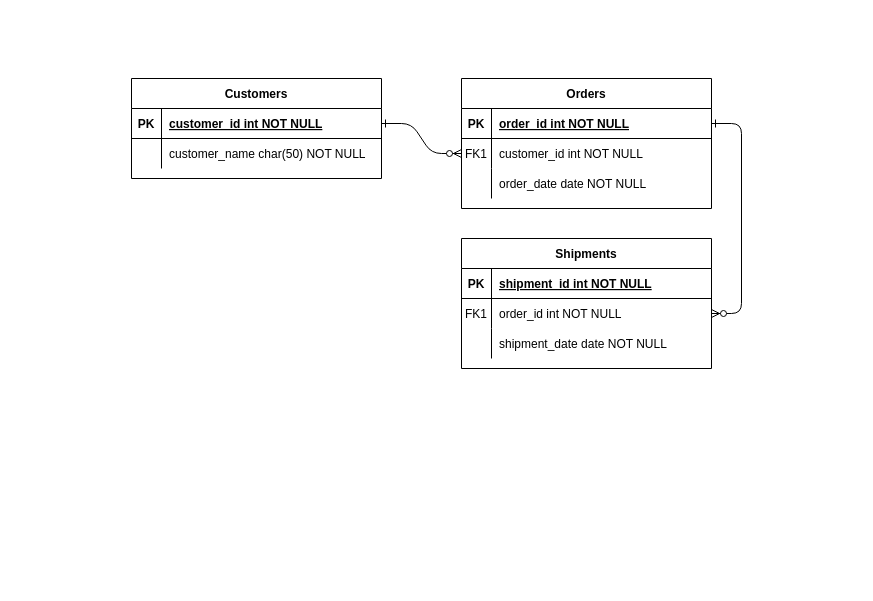
This is ENTITY RELATIONAL DIAGRAM.drawio from i-ninte/SQL_with_BiQquery, a draw.io file, before an edit. Source tidied: cells renumbered, new cells numbered last; positions are measured from the earlier drawing's top-left corner, leaving out a move shared by most shapes. Both pictures are drawn from the tidied source at 100%, with x=0, y=0 at pixel (131, 78).
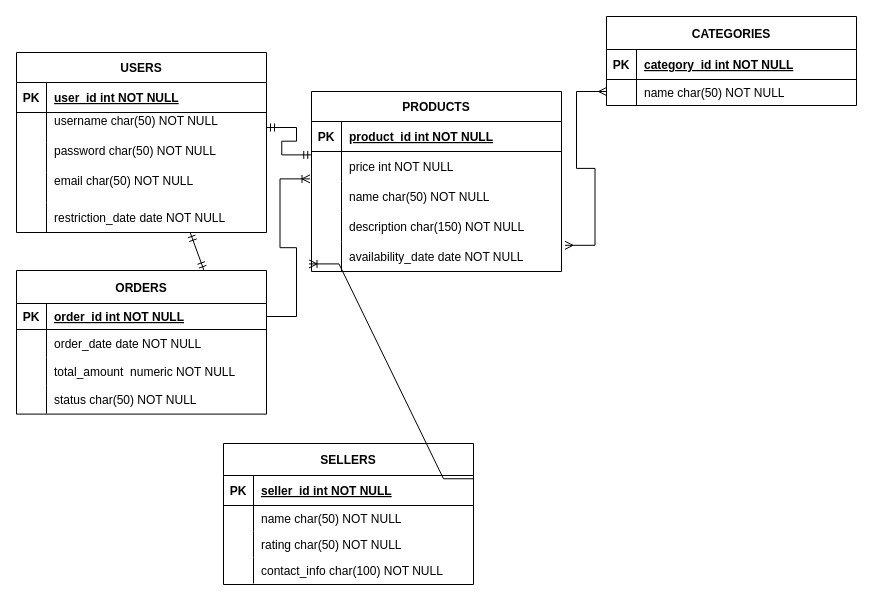
The same page after the edit.

The change refers to these unchanged cells:
```xml
<mxCell id="5" style="shape=partialRectangle;fillColor=none;points=[[0,0.5],[1,0.5]];portConstraint=eastwest;top=0;left=0;right=0;bottom=1;" parent="4" vertex="1">
  <mxGeometry y="30" width="250" height="30" as="geometry" />
</mxCell>
<mxCell id="8" style="shape=partialRectangle;fillColor=none;points=[[0,0.5],[1,0.5]];portConstraint=eastwest;top=0;left=0;right=0;bottom=0;" parent="4" vertex="1">
  <mxGeometry y="60" width="250" height="30" as="geometry" />
</mxCell>
<mxCell id="11" style="shape=partialRectangle;fillColor=none;top=0;left=0;right=0;bottom=0;" parent="4" vertex="1">
  <mxGeometry y="90" width="250" height="30" as="geometry" />
</mxCell>
<mxCell id="25" style="shape=partialRectangle;fillColor=none;points=[[0,0.5],[1,0.5]];portConstraint=eastwest;top=0;left=0;right=0;bottom=1;" parent="24" vertex="1">
  <mxGeometry y="30" width="250" height="30" as="geometry" />
</mxCell>
<mxCell id="28" style="shape=partialRectangle;fillColor=none;points=[[0,0.5],[1,0.5]];portConstraint=eastwest;top=0;left=0;right=0;bottom=0;" parent="24" vertex="1">
  <mxGeometry y="60" width="250" height="30" as="geometry" />
</mxCell>
```

The edit, as a diff of the source:
```diff
@@
-    <mxCell id="2" style="edgeStyle=entityRelationEdgeStyle;endArrow=ERzeroToMany;startArrow=ERone;endFill=1;startFill=0;" parent="1" edge="1" source="25" target="8">
-      <mxGeometry relative="1" as="geometry" />
-    </mxCell>
-    <mxCell id="3" style="edgeStyle=entityRelationEdgeStyle;endArrow=ERzeroToMany;startArrow=ERone;endFill=1;startFill=0;" parent="1" edge="1" source="5" target="18">
-      <mxGeometry relative="1" as="geometry" />
-    </mxCell>
-    <mxCell id="4" value="Orders" style="shape=table;startSize=30;childLayout=tableLayout;rowLines=0;fontStyle=1;align=center;" parent="1" vertex="1">
-      <mxGeometry x="330" width="250" height="130" as="geometry" />
+    <mxCell id="4" value="PRODUCTS" style="shape=table;startSize=30;childLayout=tableLayout;rowLines=0;fontStyle=1;align=center;" parent="1" vertex="1">
+      <mxGeometry x="180" y="13" width="250" height="180" as="geometry" />
     </mxCell>
@@
-    <mxCell id="7" value="order_id int NOT NULL " style="shape=partialRectangle;overflow=hidden;fillColor=none;top=0;left=0;bottom=0;right=0;align=left;spacingLeft=6;fontStyle=5;" parent="5" vertex="1">
+    <mxCell id="7" value="product_id int NOT NULL " style="shape=partialRectangle;overflow=hidden;fillColor=none;top=0;left=0;bottom=0;right=0;align=left;spacingLeft=6;fontStyle=5;" parent="5" vertex="1">
       <mxGeometry x="30" width="220" height="30" as="geometry" />
     </mxCell>
@@
-    <mxCell id="9" value="FK1" style="shape=partialRectangle;overflow=hidden;fillColor=none;top=0;left=0;bottom=0;right=0;" parent="8" vertex="1">
+    <mxCell id="9" style="shape=partialRectangle;overflow=hidden;fillColor=none;top=0;left=0;bottom=0;right=0;" parent="8" vertex="1">
       <mxGeometry width="30" height="30" as="geometry" />
     </mxCell>
-    <mxCell id="10" value="customer_id int NOT NULL" style="shape=partialRectangle;overflow=hidden;fillColor=none;top=0;left=0;bottom=0;right=0;align=left;spacingLeft=6;" parent="8" vertex="1">
+    <mxCell id="10" value="price int NOT NULL" style="shape=partialRectangle;overflow=hidden;fillColor=none;top=0;left=0;bottom=0;right=0;align=left;spacingLeft=6;" parent="8" vertex="1">
       <mxGeometry x="30" width="220" height="30" as="geometry" />
     </mxCell>
@@
-    <mxCell id="13" value="order_date date NOT NULL" style="shape=partialRectangle;overflow=hidden;fillColor=none;top=0;left=0;bottom=0;right=0;align=left;spacingLeft=6;" parent="11" vertex="1">
+    <mxCell id="13" value="name char(50) NOT NULL" style="shape=partialRectangle;overflow=hidden;fillColor=none;top=0;left=0;bottom=0;right=0;align=left;spacingLeft=6;" parent="11" vertex="1">
       <mxGeometry x="30" width="220" height="30" as="geometry" />
     </mxCell>
+    <mxCell id="31" style="shape=partialRectangle;fillColor=none;top=0;left=0;right=0;bottom=0;" parent="4" vertex="1">
+      <mxGeometry y="120" width="250" height="30" as="geometry" />
+    </mxCell>
+    <mxCell id="32" style="shape=partialRectangle;overflow=hidden;fillColor=none;top=0;left=0;bottom=0;right=0;" parent="31" vertex="1">
+      <mxGeometry width="30" height="30" as="geometry" />
+    </mxCell>
+    <mxCell id="33" value="description char(150) NOT NULL" style="shape=partialRectangle;overflow=hidden;fillColor=none;top=0;left=0;bottom=0;right=0;align=left;spacingLeft=6;" parent="31" vertex="1">
+      <mxGeometry x="30" width="220" height="30" as="geometry" />
+    </mxCell>
+    <mxCell id="34" style="shape=partialRectangle;fillColor=none;points=[[0,0.5],[1,0.5]];portConstraint=eastwest;top=0;left=0;right=0;bottom=0;" parent="4" vertex="1">
+      <mxGeometry y="150" width="250" height="30" as="geometry" />
+    </mxCell>
+    <mxCell id="35" style="shape=partialRectangle;overflow=hidden;fillColor=none;top=0;left=0;bottom=0;right=0;" parent="34" vertex="1">
+      <mxGeometry width="30" height="30" as="geometry" />
+    </mxCell>
+    <mxCell id="36" value="availability_date date NOT NULL" style="shape=partialRectangle;overflow=hidden;fillColor=none;top=0;left=0;bottom=0;right=0;align=left;spacingLeft=6;" parent="34" vertex="1">
+      <mxGeometry x="30" width="220" height="30" as="geometry" />
+    </mxCell>
-    <mxCell id="14" value="Shipments" style="shape=table;startSize=30;childLayout=tableLayout;rowLines=0;fontStyle=1;align=center;" parent="1" vertex="1">
-      <mxGeometry x="330" y="160" width="250" height="130" as="geometry" />
+    <mxCell id="14" value="CATEGORIES" style="shape=table;startSize=33;childLayout=tableLayout;rowLines=0;fontStyle=1;align=center;" parent="1" vertex="1">
+      <mxGeometry x="475" y="-62" width="250" height="89" as="geometry" />
     </mxCell>
     <mxCell id="15" style="shape=partialRectangle;fillColor=none;top=0;left=0;right=0;bottom=1;" parent="14" vertex="1">
-      <mxGeometry y="30" width="250" height="30" as="geometry" />
+      <mxGeometry y="33" width="250" height="30" as="geometry" />
     </mxCell>
@@
-    <mxCell id="17" value="shipment_id int NOT NULL " style="shape=partialRectangle;overflow=hidden;fillColor=none;top=0;left=0;bottom=0;right=0;align=left;spacingLeft=6;fontStyle=5;" parent="15" vertex="1">
+    <mxCell id="17" value="category_id int NOT NULL " style="shape=partialRectangle;overflow=hidden;fillColor=none;top=0;left=0;bottom=0;right=0;align=left;spacingLeft=6;fontStyle=5;" parent="15" vertex="1">
       <mxGeometry x="30" width="220" height="30" as="geometry" />
     </mxCell>
     <mxCell id="18" style="shape=partialRectangle;fillColor=none;points=[[0,0.5],[1,0.5]];portConstraint=eastwest;top=0;left=0;right=0;bottom=0;" parent="14" vertex="1">
-      <mxGeometry y="60" width="250" height="30" as="geometry" />
+      <mxGeometry y="63" width="250" height="26" as="geometry" />
     </mxCell>
-    <mxCell id="19" value="FK1" style="shape=partialRectangle;overflow=hidden;fillColor=none;top=0;left=0;bottom=0;right=0;" parent="18" vertex="1">
-      <mxGeometry width="30" height="30" as="geometry" />
+    <mxCell id="19" style="shape=partialRectangle;overflow=hidden;fillColor=none;top=0;left=0;bottom=0;right=0;" parent="18" vertex="1">
+      <mxGeometry width="30" height="26" as="geometry" />
     </mxCell>
-    <mxCell id="20" value="order_id int NOT NULL" style="shape=partialRectangle;overflow=hidden;fillColor=none;top=0;left=0;bottom=0;right=0;align=left;spacingLeft=6;" parent="18" vertex="1">
-      <mxGeometry x="30" width="220" height="30" as="geometry" />
+    <mxCell id="20" value="name char(50) NOT NULL" style="shape=partialRectangle;overflow=hidden;fillColor=none;top=0;left=0;bottom=0;right=0;align=left;spacingLeft=6;" parent="18" vertex="1">
+      <mxGeometry x="30" width="220" height="26" as="geometry" />
     </mxCell>
-    <mxCell id="21" style="shape=partialRectangle;fillColor=none;top=0;left=0;right=0;bottom=0;" parent="14" vertex="1">
-      <mxGeometry y="90" width="250" height="30" as="geometry" />
-    </mxCell>
-    <mxCell id="22" style="shape=partialRectangle;overflow=hidden;fillColor=none;top=0;left=0;bottom=0;right=0;" parent="21" vertex="1">
-      <mxGeometry width="30" height="30" as="geometry" />
-    </mxCell>
-    <mxCell id="23" value="shipment_date date NOT NULL" style="shape=partialRectangle;overflow=hidden;fillColor=none;top=0;left=0;bottom=0;right=0;align=left;spacingLeft=6;" parent="21" vertex="1">
-      <mxGeometry x="30" width="220" height="30" as="geometry" />
-    </mxCell>
-    <mxCell id="24" value="Customers" style="shape=table;startSize=30;childLayout=tableLayout;rowLines=0;fontStyle=1;align=center;" parent="1" vertex="1">
-      <mxGeometry width="250" height="100" as="geometry" />
+    <mxCell id="24" value="USERS" style="shape=table;startSize=30;childLayout=tableLayout;rowLines=0;fontStyle=1;align=center;" parent="1" vertex="1">
+      <mxGeometry x="-115" y="-26" width="250" height="180" as="geometry" />
     </mxCell>
@@
-    <mxCell id="27" value="customer_id int NOT NULL " style="shape=partialRectangle;overflow=hidden;fillColor=none;top=0;left=0;bottom=0;right=0;align=left;spacingLeft=6;fontStyle=5;" parent="25" vertex="1">
+    <mxCell id="27" value="user_id int NOT NULL " style="shape=partialRectangle;overflow=hidden;fillColor=none;top=0;left=0;bottom=0;right=0;align=left;spacingLeft=6;fontStyle=5;" parent="25" vertex="1">
       <mxGeometry x="30" width="220" height="30" as="geometry" />
     </mxCell>
@@
-    <mxCell id="30" value="customer_name char(50) NOT NULL" style="shape=partialRectangle;overflow=hidden;fillColor=none;top=0;left=0;bottom=0;right=0;align=left;spacingLeft=6;" parent="28" vertex="1">
+    <mxCell id="30" value="username char(50) NOT NULL&#10;" style="shape=partialRectangle;overflow=hidden;fillColor=none;top=0;left=0;bottom=0;right=0;align=left;spacingLeft=6;" parent="28" vertex="1">
       <mxGeometry x="30" width="220" height="30" as="geometry" />
     </mxCell>
+    <mxCell id="21" style="shape=partialRectangle;fillColor=none;top=0;left=0;right=0;bottom=0;" parent="24" vertex="1">
+      <mxGeometry y="90" width="250" height="30" as="geometry" />
+    </mxCell>
+    <mxCell id="37" style="shape=partialRectangle;overflow=hidden;fillColor=none;top=0;left=0;bottom=0;right=0;" parent="21" vertex="1">
+      <mxGeometry width="30" height="30" as="geometry" />
+    </mxCell>
+    <mxCell id="38" value="password char(50) NOT NULL&#10;" style="shape=partialRectangle;overflow=hidden;fillColor=none;top=0;left=0;bottom=0;right=0;align=left;spacingLeft=6;" parent="21" vertex="1">
+      <mxGeometry x="30" width="220" height="30" as="geometry" />
+    </mxCell>
+    <mxCell id="39" style="shape=partialRectangle;fillColor=none;top=0;left=0;right=0;bottom=0;" parent="24" vertex="1">
+      <mxGeometry y="120" width="250" height="30" as="geometry" />
+    </mxCell>
+    <mxCell id="40" style="shape=partialRectangle;overflow=hidden;fillColor=none;top=0;left=0;bottom=0;right=0;" parent="39" vertex="1">
+      <mxGeometry width="30" height="30" as="geometry" />
+    </mxCell>
+    <mxCell id="41" value="email char(50) NOT NULL&#10;" style="shape=partialRectangle;overflow=hidden;fillColor=none;top=0;left=0;bottom=0;right=0;align=left;spacingLeft=6;" parent="39" vertex="1">
+      <mxGeometry x="30" width="220" height="30" as="geometry" />
+    </mxCell>
+    <mxCell id="42" style="shape=partialRectangle;fillColor=none;points=[[0,0.5],[1,0.5]];portConstraint=eastwest;top=0;left=0;right=0;bottom=0;" parent="24" vertex="1">
+      <mxGeometry y="150" width="250" height="30" as="geometry" />
+    </mxCell>
+    <mxCell id="43" style="shape=partialRectangle;overflow=hidden;fillColor=none;top=0;left=0;bottom=0;right=0;" parent="42" vertex="1">
+      <mxGeometry width="30" height="30" as="geometry" />
+    </mxCell>
+    <mxCell id="44" value="restriction_date date NOT NULL" style="shape=partialRectangle;overflow=hidden;fillColor=none;top=0;left=0;bottom=0;right=0;align=left;spacingLeft=6;" parent="42" vertex="1">
+      <mxGeometry x="30" width="220" height="30" as="geometry" />
+    </mxCell>
+    <mxCell id="45" style="edgeStyle=entityRelationEdgeStyle;fontSize=12;html=1;endArrow=ERmandOne;startArrow=ERmandOne;rounded=0;exitX=1;exitY=0.5;exitDx=0;exitDy=0;entryX=0.001;entryY=0.113;entryDx=0;entryDy=0;entryPerimeter=0;" parent="1" edge="1" source="28" target="8">
+      <mxGeometry relative="1" as="geometry">
+        <Array as="points">
+          <mxPoint x="234" y="30" />
+          <mxPoint x="262" y="98" />
+        </Array>
+      </mxGeometry>
+    </mxCell>
+    <mxCell id="46" value="ORDERS" style="shape=table;startSize=33;childLayout=tableLayout;rowLines=0;fontStyle=1;align=center;" parent="1" vertex="1">
+      <mxGeometry x="-115" y="192" width="250" height="143.6" as="geometry" />
+    </mxCell>
+    <mxCell id="47" style="shape=partialRectangle;fillColor=none;points=[[0,0.5],[1,0.5]];portConstraint=eastwest;top=0;left=0;right=0;bottom=1;" parent="46" vertex="1">
+      <mxGeometry y="33" width="250" height="26" as="geometry" />
+    </mxCell>
+    <mxCell id="48" value="PK" style="shape=partialRectangle;overflow=hidden;fillColor=none;top=0;left=0;bottom=0;right=0;fontStyle=1;" parent="47" vertex="1">
+      <mxGeometry width="30" height="26" as="geometry" />
+    </mxCell>
+    <mxCell id="49" value="order_id int NOT NULL " style="shape=partialRectangle;overflow=hidden;fillColor=none;top=0;left=0;bottom=0;right=0;align=left;spacingLeft=6;fontStyle=5;" parent="47" vertex="1">
+      <mxGeometry x="30" width="220" height="26" as="geometry" />
+    </mxCell>
+    <mxCell id="50" style="shape=partialRectangle;fillColor=none;top=0;left=0;right=0;bottom=0;" parent="46" vertex="1">
+      <mxGeometry y="59" width="250" height="28" as="geometry" />
+    </mxCell>
+    <mxCell id="51" style="shape=partialRectangle;overflow=hidden;fillColor=none;top=0;left=0;bottom=0;right=0;" parent="50" vertex="1">
+      <mxGeometry width="30" height="28" as="geometry" />
+    </mxCell>
+    <mxCell id="52" value="order_date date NOT NULL" style="shape=partialRectangle;overflow=hidden;fillColor=none;top=0;left=0;bottom=0;right=0;align=left;spacingLeft=6;" parent="50" vertex="1">
+      <mxGeometry x="30" width="220" height="28" as="geometry" />
+    </mxCell>
+    <mxCell id="53" style="shape=partialRectangle;fillColor=none;top=0;left=0;right=0;bottom=0;" parent="46" vertex="1">
+      <mxGeometry y="87" width="250" height="28" as="geometry" />
+    </mxCell>
+    <mxCell id="54" style="shape=partialRectangle;overflow=hidden;fillColor=none;top=0;left=0;bottom=0;right=0;" parent="53" vertex="1">
+      <mxGeometry width="30" height="28" as="geometry" />
+    </mxCell>
+    <mxCell id="55" value="total_amount  numeric NOT NULL" style="shape=partialRectangle;overflow=hidden;fillColor=none;top=0;left=0;bottom=0;right=0;align=left;spacingLeft=6;" parent="53" vertex="1">
+      <mxGeometry x="30" width="220" height="28" as="geometry" />
+    </mxCell>
+    <mxCell id="56" style="shape=partialRectangle;fillColor=none;top=0;left=0;right=0;bottom=0;" parent="46" vertex="1">
+      <mxGeometry y="115" width="250" height="28" as="geometry" />
+    </mxCell>
+    <mxCell id="57" style="shape=partialRectangle;overflow=hidden;fillColor=none;top=0;left=0;bottom=0;right=0;" parent="56" vertex="1">
+      <mxGeometry width="30" height="28" as="geometry" />
+    </mxCell>
+    <mxCell id="58" value="status char(50) NOT NULL" style="shape=partialRectangle;overflow=hidden;fillColor=none;top=0;left=0;bottom=0;right=0;align=left;spacingLeft=6;" parent="56" vertex="1">
+      <mxGeometry x="30" width="220" height="28" as="geometry" />
+    </mxCell>
+    <mxCell id="59" style="fontSize=12;html=1;endArrow=ERmandOne;startArrow=ERmandOne;rounded=0;exitX=0.75;exitY=0;exitDx=0;exitDy=0;entryX=0.695;entryY=1.007;entryDx=0;entryDy=0;entryPerimeter=0;" parent="1" edge="1" source="46" target="42">
+      <mxGeometry relative="1" as="geometry" />
+    </mxCell>
+    <mxCell id="60" style="edgeStyle=entityRelationEdgeStyle;fontSize=12;html=1;endArrow=ERoneToMany;rounded=0;exitX=1;exitY=0.5;exitDx=0;exitDy=0;entryX=-0.006;entryY=0.913;entryDx=0;entryDy=0;entryPerimeter=0;" parent="1" edge="1" source="47" target="8">
+      <mxGeometry relative="1" as="geometry">
+        <Array as="points">
+          <mxPoint x="256" y="262" />
+          <mxPoint x="208" y="290" />
+          <mxPoint x="248" y="225" />
+          <mxPoint x="211" y="246" />
+        </Array>
+      </mxGeometry>
+    </mxCell>
+    <mxCell id="61" value="SELLERS" style="shape=table;startSize=32;childLayout=tableLayout;rowLines=0;fontStyle=1;align=center;" parent="1" vertex="1">
+      <mxGeometry x="92" y="365" width="250" height="141" as="geometry" />
+    </mxCell>
+    <mxCell id="62" style="shape=partialRectangle;fillColor=none;top=0;left=0;right=0;bottom=1;" parent="61" vertex="1">
+      <mxGeometry y="32" width="250" height="30" as="geometry" />
+    </mxCell>
+    <mxCell id="63" value="PK" style="shape=partialRectangle;overflow=hidden;fillColor=none;top=0;left=0;bottom=0;right=0;fontStyle=1;" parent="62" vertex="1">
+      <mxGeometry width="30" height="30" as="geometry" />
+    </mxCell>
+    <mxCell id="64" value="seller_id int NOT NULL " style="shape=partialRectangle;overflow=hidden;fillColor=none;top=0;left=0;bottom=0;right=0;align=left;spacingLeft=6;fontStyle=5;" parent="62" vertex="1">
+      <mxGeometry x="30" width="220" height="30" as="geometry" />
+    </mxCell>
+    <mxCell id="65" style="shape=partialRectangle;fillColor=none;top=0;left=0;right=0;bottom=0;" parent="61" vertex="1">
+      <mxGeometry y="62" width="250" height="26" as="geometry" />
+    </mxCell>
+    <mxCell id="66" style="shape=partialRectangle;overflow=hidden;fillColor=none;top=0;left=0;bottom=0;right=0;" parent="65" vertex="1">
+      <mxGeometry width="30" height="26" as="geometry" />
+    </mxCell>
+    <mxCell id="67" value="name char(50) NOT NULL" style="shape=partialRectangle;overflow=hidden;fillColor=none;top=0;left=0;bottom=0;right=0;align=left;spacingLeft=6;" parent="65" vertex="1">
+      <mxGeometry x="30" width="220" height="26" as="geometry" />
+    </mxCell>
+    <mxCell id="68" style="shape=partialRectangle;fillColor=none;top=0;left=0;right=0;bottom=0;" parent="61" vertex="1">
+      <mxGeometry y="88" width="250" height="26" as="geometry" />
+    </mxCell>
+    <mxCell id="69" style="shape=partialRectangle;overflow=hidden;fillColor=none;top=0;left=0;bottom=0;right=0;" parent="68" vertex="1">
+      <mxGeometry width="30" height="26" as="geometry" />
+    </mxCell>
+    <mxCell id="70" value="rating char(50) NOT NULL" style="shape=partialRectangle;overflow=hidden;fillColor=none;top=0;left=0;bottom=0;right=0;align=left;spacingLeft=6;" parent="68" vertex="1">
+      <mxGeometry x="30" width="220" height="26" as="geometry" />
+    </mxCell>
+    <mxCell id="71" style="shape=partialRectangle;fillColor=none;top=0;left=0;right=0;bottom=0;" parent="61" vertex="1">
+      <mxGeometry y="114" width="250" height="26" as="geometry" />
+    </mxCell>
+    <mxCell id="72" style="shape=partialRectangle;overflow=hidden;fillColor=none;top=0;left=0;bottom=0;right=0;" parent="71" vertex="1">
+      <mxGeometry width="30" height="26" as="geometry" />
+    </mxCell>
+    <mxCell id="73" value="contact_info char(100) NOT NULL" style="shape=partialRectangle;overflow=hidden;fillColor=none;top=0;left=0;bottom=0;right=0;align=left;spacingLeft=6;" parent="71" vertex="1">
+      <mxGeometry x="30" width="220" height="26" as="geometry" />
+    </mxCell>
+    <mxCell id="74" style="edgeStyle=entityRelationEdgeStyle;fontSize=12;html=1;endArrow=ERoneToMany;rounded=0;exitX=1;exitY=0.25;exitDx=0;exitDy=0;entryX=-0.01;entryY=0.747;entryDx=0;entryDy=0;entryPerimeter=0;" parent="1" edge="1" source="61" target="34">
+      <mxGeometry relative="1" as="geometry">
+        <Array as="points">
+          <mxPoint x="527.8" y="232" />
+          <mxPoint x="487.8" y="300" />
+          <mxPoint x="555.8" y="195" />
+          <mxPoint x="542.8" y="147" />
+        </Array>
+      </mxGeometry>
+    </mxCell>
+    <mxCell id="75" style="edgeStyle=entityRelationEdgeStyle;fontSize=12;html=1;endArrow=ERmany;startArrow=ERmany;rounded=0;entryX=0;entryY=0.5;entryDx=0;entryDy=0;" parent="1" edge="1">
+      <mxGeometry relative="1" as="geometry">
+        <mxPoint x="433.5" y="166.8" as="sourcePoint" />
+        <mxPoint x="475" y="13" as="targetPoint" />
+        <Array as="points">
+          <mxPoint x="440" y="148" />
+          <mxPoint x="466.5" y="173" />
+          <mxPoint x="459.5" y="177" />
+          <mxPoint x="448.5" y="179" />
+          <mxPoint x="464" y="174" />
+          <mxPoint x="489.5" y="183" />
+          <mxPoint x="455" y="112" />
+          <mxPoint x="479" y="186" />
+          <mxPoint x="460.5" y="41" />
+          <mxPoint x="472.5" y="32" />
+          <mxPoint x="468.5" y="29" />
+          <mxPoint x="557" y="81" />
+          <mxPoint x="521" y="34" />
+          <mxPoint x="555" y="43" />
+          <mxPoint x="451" y="159" />
+          <mxPoint x="460.5" y="174.8" />
+          <mxPoint x="587.5" y="120.8" />
+          <mxPoint x="560.5" y="47" />
+          <mxPoint x="565.5" y="120.8" />
+          <mxPoint x="463.5" y="17.8" />
+          <mxPoint x="458.5" y="18.8" />
+          <mxPoint x="459.5" y="20.8" />
+          <mxPoint x="456.5" y="25.8" />
+          <mxPoint x="447.5" y="-8.2" />
+        </Array>
+      </mxGeometry>
+    </mxCell>
```
